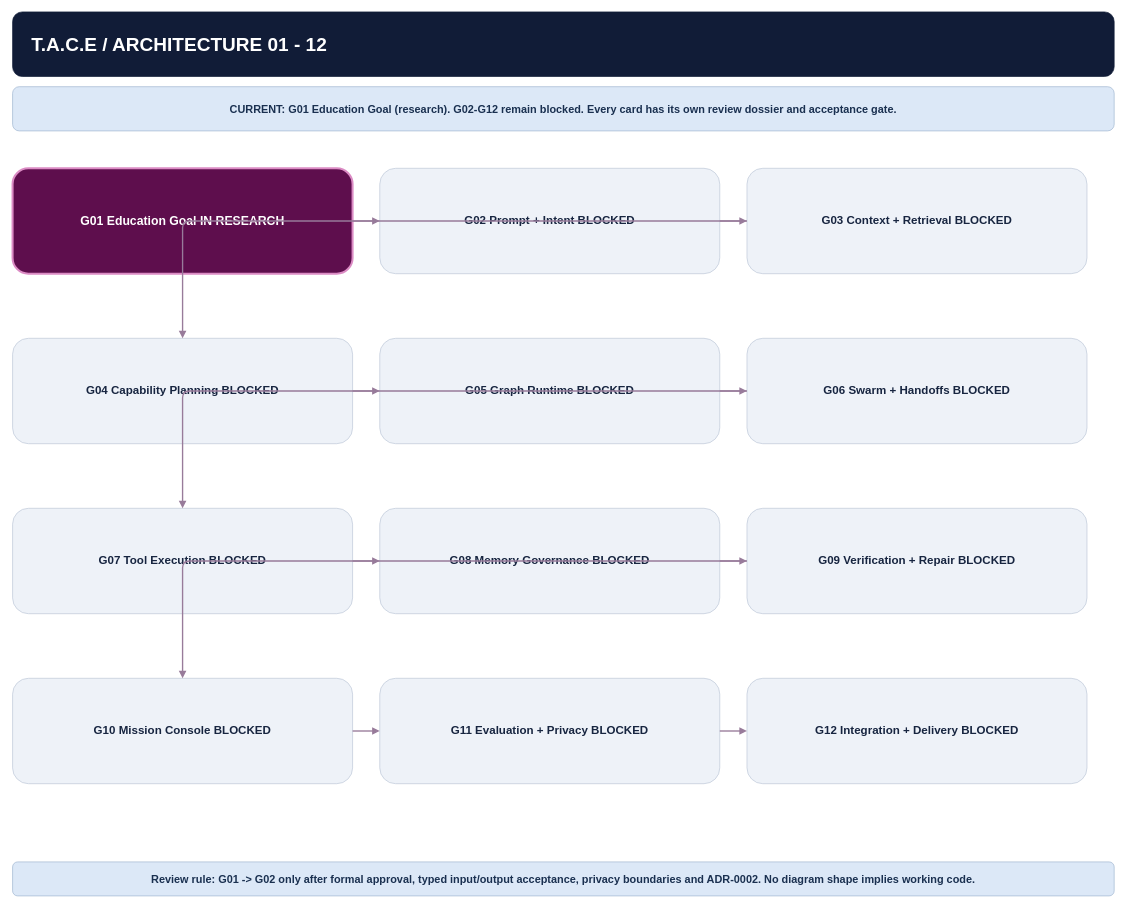
This is page "00 - 12 Gate Architecture" (1 of 4) of diagrams/TACE-Architecture.drawio from LethaboMH14/T.A.C.E, a draw.io file, before an edit. Source tidied: cells renumbered, new cells numbered last; positions are measured from the earlier drawing's top-left corner, leaving out a move shared by most shapes. Both pictures are drawn from the tidied source at 68%, with x=0, y=0 at pixel (12, 12).
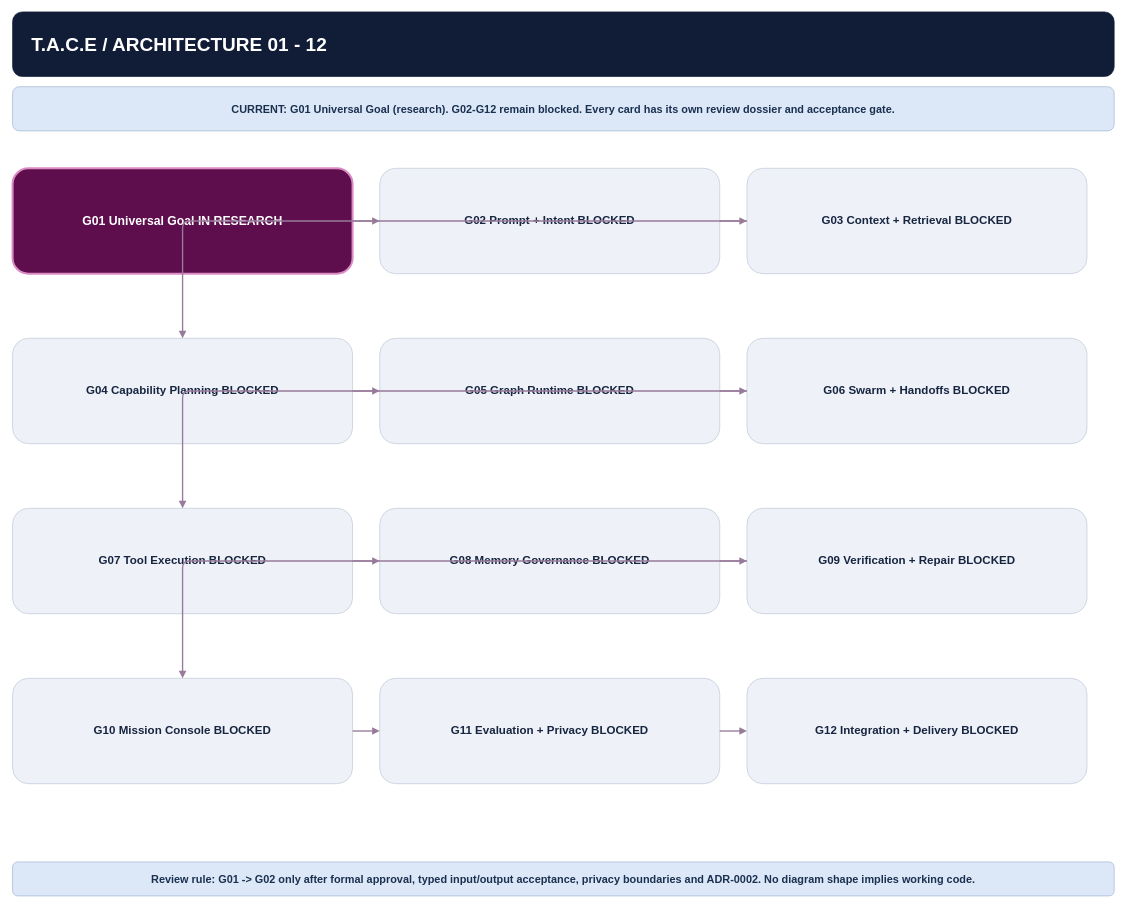
After the change.

Commit message:
docs: update editable maps for universal G01 and event-driven Mission Console

The edit, as a diff of the source:
```diff
@@
-    <mxCell id="3" value="CURRENT: G01 Education Goal (research).  G02-G12 remain blocked.  Every card has its own review dossier and acceptance gate." style="rounded=1;whiteSpace=wrap;html=1;fillColor=#dce8f7;strokeColor=#9fb5d0;fontColor=#1a3050;fontSize=16;fontStyle=1;" parent="1" vertex="1">
+    <mxCell id="3" value="CURRENT: G01 Universal Goal (research).  G02-G12 remain blocked.  Every card has its own review dossier and acceptance gate." style="rounded=1;whiteSpace=wrap;html=1;fillColor=#dce8f7;strokeColor=#9fb5d0;fontColor=#1a3050;fontSize=16;fontStyle=1;" parent="1" vertex="1">
       <mxGeometry y="110" width="1620" height="65" as="geometry" />
     </mxCell>
-    <mxCell id="4" value="G01   Education Goal IN RESEARCH" style="rounded=1;whiteSpace=wrap;html=1;fillColor=#5e0e4d;strokeColor=#db8bc4;fontColor=#ffffff;fontSize=18;fontStyle=1;align=center;verticalAlign=middle;strokeWidth=3;" parent="1" vertex="1">
+    <mxCell id="4" value="G01   Universal Goal IN RESEARCH" style="rounded=1;whiteSpace=wrap;html=1;fillColor=#5e0e4d;strokeColor=#db8bc4;fontColor=#ffffff;fontSize=18;fontStyle=1;align=center;verticalAlign=middle;strokeWidth=3;" parent="1" vertex="1">
       <mxGeometry y="230" width="500" height="155" as="geometry" />
     </mxCell>
```
